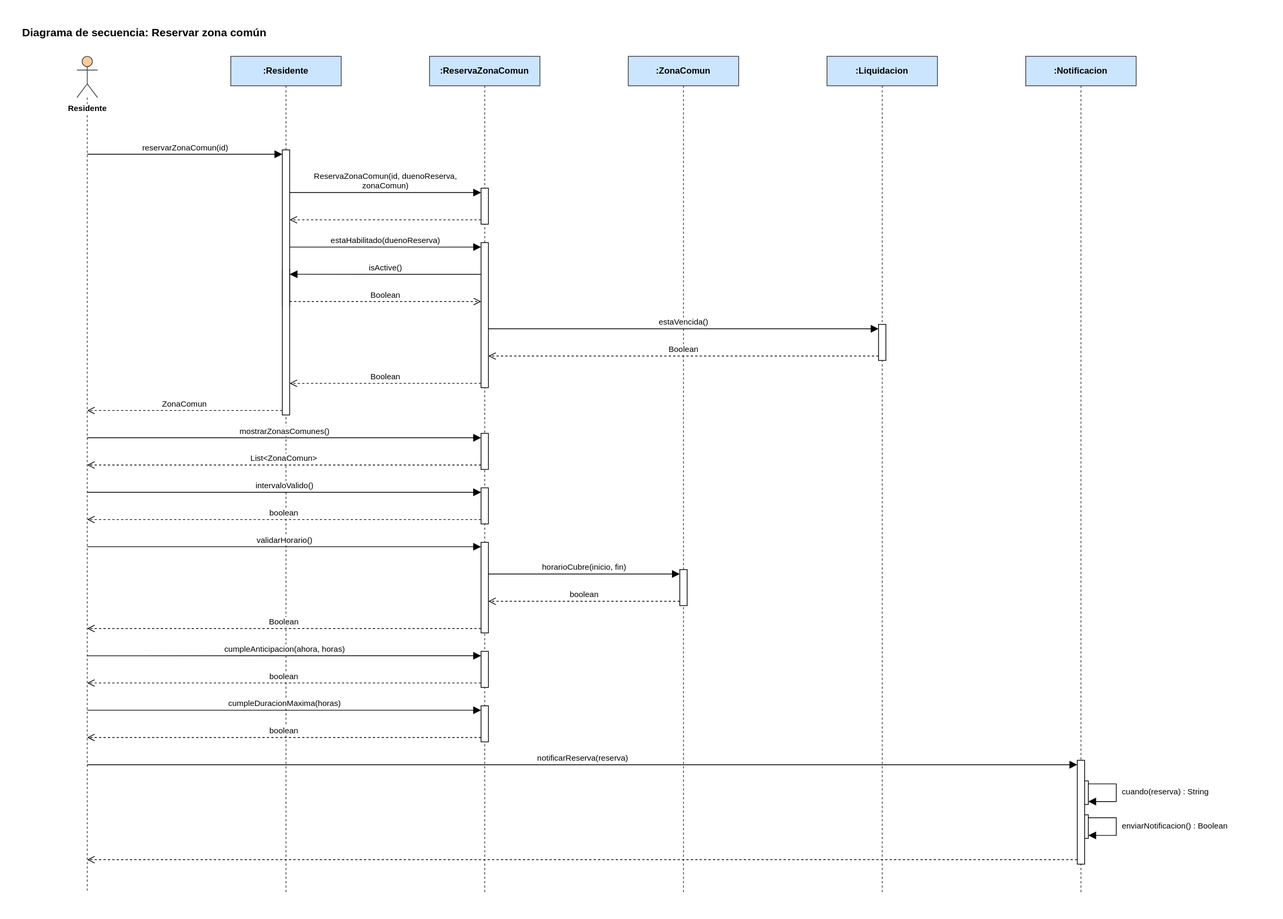
Earlier version of the draw.io export Diagramas/Secuencia/reservar-zona-comun.svg (manuel20051208/HorizontalSoftware-Back-End). Source tidied: cells renumbered, new cells last; positions are measured from the earlier drawing's top-left corner, leaving out a move shared by most shapes.
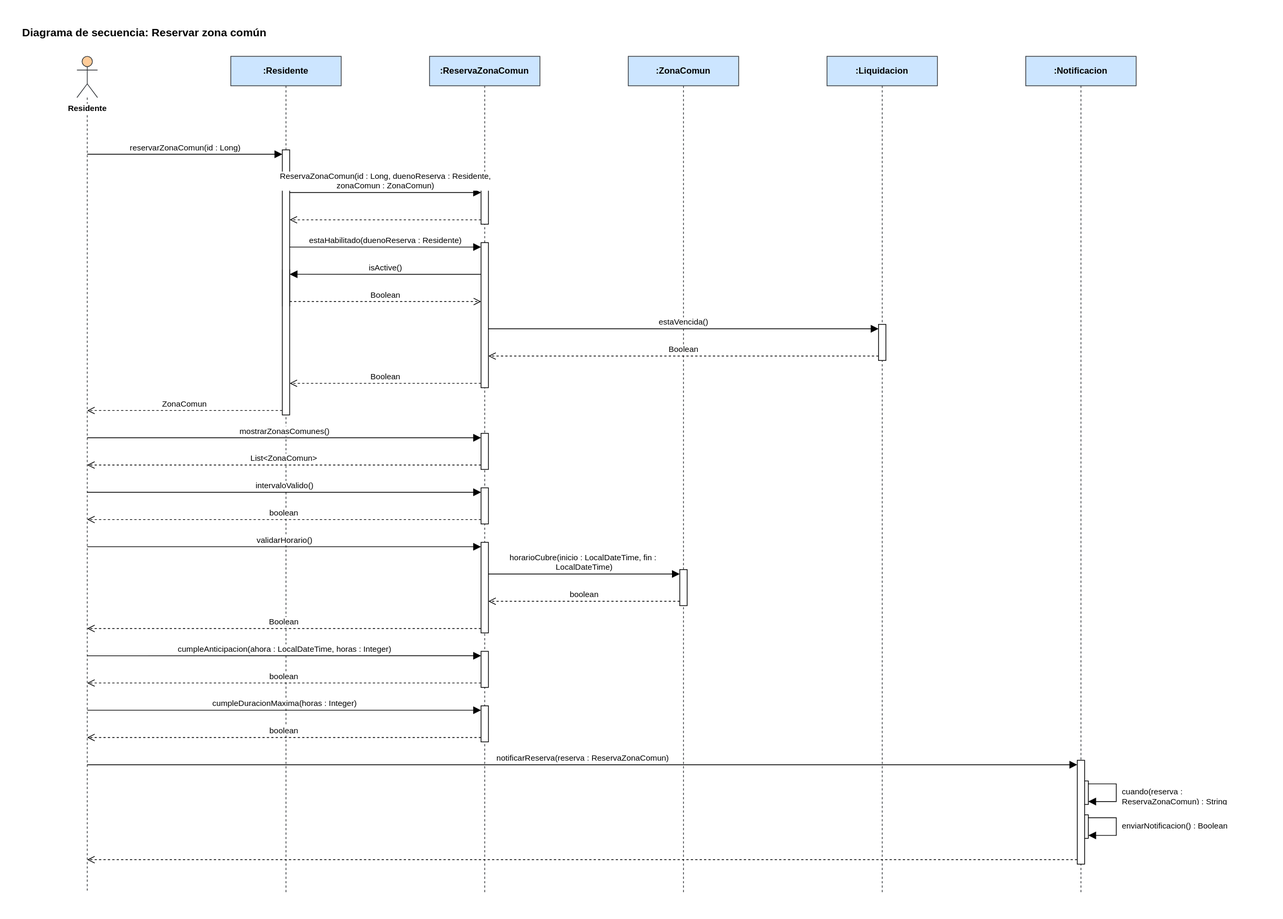
Above is the later version.

The edit, as a diff of the source:
```diff
@@ -65,16 +65,16 @@
     <mxCell id="22" style="html=1;points=[];perimeter=orthogonalPerimeter;fillColor=#ffffff;strokeColor=#000000;" parent="1" vertex="1">
       <mxGeometry x="1435" y="1004" width="10" height="141" as="geometry" />
     </mxCell>
-    <mxCell id="23" value="reservarZonaComun(id)" style="html=1;verticalAlign=bottom;rounded=0;fontSize=11;strokeColor=#000000;endArrow=block;endFill=1;endSize=8;exitX=0.5000;exitY=0.1172;exitDx=0;exitDy=0;exitPerimeter=0;entryX=0.0000;entryY=0.0167;entryDx=0;entryDy=0;entryPerimeter=0;" parent="1" edge="1" source="3" target="13">
+    <mxCell id="23" value="reservarZonaComun(id : Long)" style="html=1;verticalAlign=bottom;rounded=0;fontSize=11;strokeColor=#000000;endArrow=block;endFill=1;endSize=8;exitX=0.5000;exitY=0.1172;exitDx=0;exitDy=0;exitPerimeter=0;entryX=0.0000;entryY=0.0167;entryDx=0;entryDy=0;entryPerimeter=0;" parent="1" edge="1" source="3" target="13">
       <mxGeometry relative="1" as="geometry" />
     </mxCell>
-    <mxCell id="24" value="ReservaZonaComun(id, duenoReserva,&lt;br&gt;zonaComun)" style="html=1;verticalAlign=bottom;rounded=0;fontSize=11;strokeColor=#000000;endArrow=block;endFill=1;endSize=8;exitX=1.0000;exitY=0.1611;exitDx=0;exitDy=0;exitPerimeter=0;entryX=0.0000;entryY=0.1224;entryDx=0;entryDy=0;entryPerimeter=0;" parent="1" edge="1" source="13" target="9">
+    <mxCell id="24" value="ReservaZonaComun(id : Long, duenoReserva : Residente,&lt;br&gt;zonaComun : ZonaComun)" style="html=1;verticalAlign=bottom;rounded=0;fontSize=11;strokeColor=#000000;endArrow=block;endFill=1;endSize=8;exitX=1.0000;exitY=0.1611;exitDx=0;exitDy=0;exitPerimeter=0;entryX=0.0000;entryY=0.1224;entryDx=0;entryDy=0;entryPerimeter=0;" parent="1" edge="1" source="13" target="9">
       <mxGeometry relative="1" as="geometry" />
     </mxCell>
     <mxCell id="25" style="html=1;verticalAlign=bottom;rounded=0;fontSize=11;strokeColor=#000000;dashed=1;endArrow=open;endFill=0;endSize=8;exitX=0.0000;exitY=0.8776;exitDx=0;exitDy=0;exitPerimeter=0;entryX=1.0000;entryY=0.2639;entryDx=0;entryDy=0;entryPerimeter=0;" parent="1" edge="1" source="9" target="13">
       <mxGeometry relative="1" as="geometry" />
     </mxCell>
-    <mxCell id="26" value="estaHabilitado(duenoReserva)" style="html=1;verticalAlign=bottom;rounded=0;fontSize=11;strokeColor=#000000;endArrow=block;endFill=1;endSize=8;exitX=1.0000;exitY=0.3667;exitDx=0;exitDy=0;exitPerimeter=0;entryX=0.0000;entryY=0.0305;entryDx=0;entryDy=0;entryPerimeter=0;" parent="1" edge="1" source="13" target="12">
+    <mxCell id="26" value="estaHabilitado(duenoReserva : Residente)" style="html=1;verticalAlign=bottom;rounded=0;fontSize=11;strokeColor=#000000;endArrow=block;endFill=1;endSize=8;exitX=1.0000;exitY=0.3667;exitDx=0;exitDy=0;exitPerimeter=0;entryX=0.0000;entryY=0.0305;entryDx=0;entryDy=0;entryPerimeter=0;" parent="1" edge="1" source="13" target="12">
       <mxGeometry relative="1" as="geometry" />
     </mxCell>
     <mxCell id="27" value="isActive()" style="html=1;verticalAlign=bottom;rounded=0;fontSize=11;strokeColor=#000000;endArrow=block;endFill=1;endSize=8;exitX=0.0000;exitY=0.2183;exitDx=0;exitDy=0;exitPerimeter=0;entryX=1.0000;entryY=0.4694;entryDx=0;entryDy=0;entryPerimeter=0;" parent="1" edge="1" source="12" target="13">
@@ -110,7 +110,7 @@
     <mxCell id="37" value="validarHorario()" style="html=1;verticalAlign=bottom;rounded=0;fontSize=11;strokeColor=#000000;endArrow=block;endFill=1;endSize=8;exitX=0.5000;exitY=0.5868;exitDx=0;exitDy=0;exitPerimeter=0;entryX=0.0000;entryY=0.0488;entryDx=0;entryDy=0;entryPerimeter=0;" parent="1" edge="1" source="3" target="17">
       <mxGeometry relative="1" as="geometry" />
     </mxCell>
-    <mxCell id="38" value="horarioCubre(inicio, fin)" style="html=1;verticalAlign=bottom;rounded=0;fontSize=11;strokeColor=#000000;endArrow=block;endFill=1;endSize=8;exitX=1.0000;exitY=0.3496;exitDx=0;exitDy=0;exitPerimeter=0;entryX=0.0000;entryY=0.1224;entryDx=0;entryDy=0;entryPerimeter=0;" parent="1" edge="1" source="17" target="16">
+    <mxCell id="38" value="horarioCubre(inicio : LocalDateTime, fin :&amp;nbsp;&lt;div&gt;LocalDateTime)&lt;/div&gt;" style="html=1;verticalAlign=bottom;rounded=0;fontSize=11;strokeColor=#000000;endArrow=block;endFill=1;endSize=8;exitX=1.0000;exitY=0.3496;exitDx=0;exitDy=0;exitPerimeter=0;entryX=0.0000;entryY=0.1224;entryDx=0;entryDy=0;entryPerimeter=0;" parent="1" edge="1" source="17" target="16">
       <mxGeometry relative="1" as="geometry" />
     </mxCell>
     <mxCell id="39" value="boolean" style="html=1;verticalAlign=bottom;rounded=0;fontSize=11;strokeColor=#000000;dashed=1;endArrow=open;endFill=0;endSize=8;exitX=0.0000;exitY=0.8776;exitDx=0;exitDy=0;exitPerimeter=0;entryX=1.0000;entryY=0.6504;entryDx=0;entryDy=0;entryPerimeter=0;" parent="1" edge="1" source="16" target="17">
@@ -119,19 +119,19 @@
     <mxCell id="40" value="Boolean" style="html=1;verticalAlign=bottom;rounded=0;fontSize=11;strokeColor=#000000;dashed=1;endArrow=open;endFill=0;endSize=8;exitX=0.0000;exitY=0.9512;exitDx=0;exitDy=0;exitPerimeter=0;entryX=0.5000;entryY=0.6846;entryDx=0;entryDy=0;entryPerimeter=0;" parent="1" edge="1" source="17" target="3">
       <mxGeometry relative="1" as="geometry" />
     </mxCell>
-    <mxCell id="41" value="cumpleAnticipacion(ahora, horas)" style="html=1;verticalAlign=bottom;rounded=0;fontSize=11;strokeColor=#000000;endArrow=block;endFill=1;endSize=8;exitX=0.5000;exitY=0.7172;exitDx=0;exitDy=0;exitPerimeter=0;entryX=0.0000;entryY=0.1224;entryDx=0;entryDy=0;entryPerimeter=0;" parent="1" edge="1" source="3" target="18">
+    <mxCell id="41" value="cumpleAnticipacion(ahora : LocalDateTime, horas : Integer)" style="html=1;verticalAlign=bottom;rounded=0;fontSize=11;strokeColor=#000000;endArrow=block;endFill=1;endSize=8;exitX=0.5000;exitY=0.7172;exitDx=0;exitDy=0;exitPerimeter=0;entryX=0.0000;entryY=0.1224;entryDx=0;entryDy=0;entryPerimeter=0;" parent="1" edge="1" source="3" target="18">
       <mxGeometry relative="1" as="geometry" />
     </mxCell>
     <mxCell id="42" value="boolean" style="html=1;verticalAlign=bottom;rounded=0;fontSize=11;strokeColor=#000000;dashed=1;endArrow=open;endFill=0;endSize=8;exitX=0.0000;exitY=0.8776;exitDx=0;exitDy=0;exitPerimeter=0;entryX=0.5000;entryY=0.7498;entryDx=0;entryDy=0;entryPerimeter=0;" parent="1" edge="1" source="18" target="3">
       <mxGeometry relative="1" as="geometry" />
     </mxCell>
-    <mxCell id="43" value="cumpleDuracionMaxima(horas)" style="html=1;verticalAlign=bottom;rounded=0;fontSize=11;strokeColor=#000000;endArrow=block;endFill=1;endSize=8;exitX=0.5000;exitY=0.7824;exitDx=0;exitDy=0;exitPerimeter=0;entryX=0.0000;entryY=0.1224;entryDx=0;entryDy=0;entryPerimeter=0;" parent="1" edge="1" source="3" target="19">
+    <mxCell id="43" value="cumpleDuracionMaxima(horas : Integer)" style="html=1;verticalAlign=bottom;rounded=0;fontSize=11;strokeColor=#000000;endArrow=block;endFill=1;endSize=8;exitX=0.5000;exitY=0.7824;exitDx=0;exitDy=0;exitPerimeter=0;entryX=0.0000;entryY=0.1224;entryDx=0;entryDy=0;entryPerimeter=0;" parent="1" edge="1" source="3" target="19">
       <mxGeometry relative="1" as="geometry" />
     </mxCell>
     <mxCell id="44" value="boolean" style="html=1;verticalAlign=bottom;rounded=0;fontSize=11;strokeColor=#000000;dashed=1;endArrow=open;endFill=0;endSize=8;exitX=0.0000;exitY=0.8776;exitDx=0;exitDy=0;exitPerimeter=0;entryX=0.5000;entryY=0.8150;entryDx=0;entryDy=0;entryPerimeter=0;" parent="1" edge="1" source="19" target="3">
       <mxGeometry relative="1" as="geometry" />
     </mxCell>
-    <mxCell id="45" value="notificarReserva(reserva)" style="html=1;verticalAlign=bottom;rounded=0;fontSize=11;strokeColor=#000000;endArrow=block;endFill=1;endSize=8;exitX=0.5000;exitY=0.8476;exitDx=0;exitDy=0;exitPerimeter=0;entryX=0.0000;entryY=0.0426;entryDx=0;entryDy=0;entryPerimeter=0;" parent="1" edge="1" source="3" target="22">
+    <mxCell id="45" value="notificarReserva(reserva : ReservaZonaComun)" style="html=1;verticalAlign=bottom;rounded=0;fontSize=11;strokeColor=#000000;endArrow=block;endFill=1;endSize=8;exitX=0.5000;exitY=0.8476;exitDx=0;exitDy=0;exitPerimeter=0;entryX=0.0000;entryY=0.0426;entryDx=0;entryDy=0;entryPerimeter=0;" parent="1" edge="1" source="3" target="22">
       <mxGeometry relative="1" as="geometry" />
     </mxCell>
     <mxCell id="46" style="html=1;rounded=0;endArrow=block;endFill=1;endSize=8;strokeColor=#000000;exitX=1.0000;exitY=0.1250;exitDx=0;exitDy=0;exitPerimeter=0;entryX=1.0000;entryY=0.8750;entryDx=0;entryDy=0;entryPerimeter=0;" parent="1" edge="1" source="20" target="20">
@@ -153,7 +153,7 @@
     <mxCell id="48" style="html=1;verticalAlign=bottom;rounded=0;fontSize=11;strokeColor=#000000;dashed=1;endArrow=open;endFill=0;endSize=8;exitX=0.0000;exitY=0.9574;exitDx=0;exitDy=0;exitPerimeter=0;entryX=0.5000;entryY=0.9612;entryDx=0;entryDy=0;entryPerimeter=0;" parent="1" edge="1" source="22" target="3">
       <mxGeometry relative="1" as="geometry" />
     </mxCell>
-    <mxCell id="49" value="cuando(reserva) : String" style="text;html=1;align=left;verticalAlign=top;whiteSpace=wrap;overflow=hidden;fontSize=11;" parent="1" vertex="1">
+    <mxCell id="49" value="cuando(reserva : ReservaZonaComun) : String" style="text;html=1;align=left;verticalAlign=top;whiteSpace=wrap;overflow=hidden;fontSize=11;" parent="1" vertex="1">
       <mxGeometry x="1494" y="1034" width="185" height="28" as="geometry" />
     </mxCell>
     <mxCell id="50" value="enviarNotificacion() : Boolean" style="text;html=1;align=left;verticalAlign=top;whiteSpace=wrap;overflow=hidden;fontSize=11;" parent="1" vertex="1">
```
